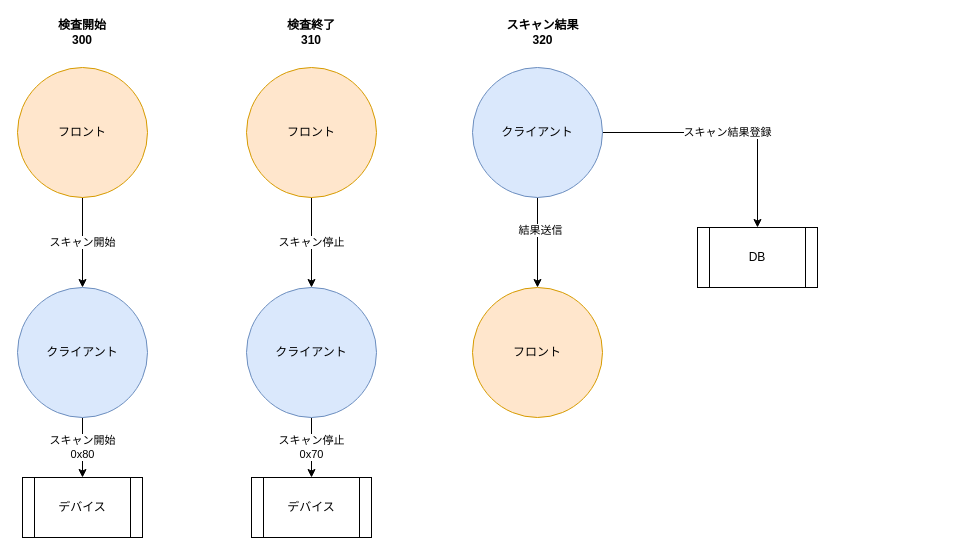
This is page "アルコール検知系" (3 of 4) of フロー図.drawio from GTech9971/AlcoholDrive, a draw.io file, before an edit. Source tidied: cells renumbered, new cells numbered last; positions are measured from the earlier drawing's top-left corner, leaving out a move shared by most shapes. Both pictures are drawn from the tidied source at 100%, with x=0, y=0 at pixel (17, 17).
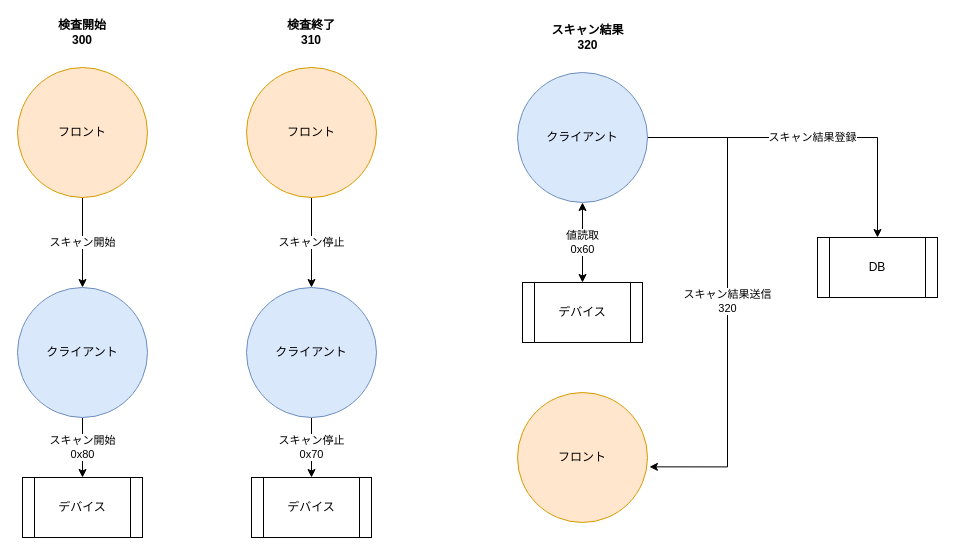
The same page after the edit.

Change to the diagram source:
```diff
@@
+    <mxCell id="9" value="スキャン結果登録" style="edgeStyle=orthogonalEdgeStyle;rounded=0;jettySize=auto;html=1;entryX=0.5;entryY=0;entryDx=0;entryDy=0;startArrow=none;startFill=0;" parent="1" edge="1" source="10" target="12">
+      <mxGeometry relative="1" as="geometry" />
+    </mxCell>
-    <mxCell id="7" style="edgeStyle=orthogonalEdgeStyle;rounded=0;jettySize=auto;html=1;startArrow=none;startFill=0;" parent="1" edge="1" source="10" target="11">
-      <mxGeometry relative="1" as="geometry" />
+    <mxCell id="7" value="スキャン結果送信&lt;br&gt;320" style="edgeStyle=orthogonalEdgeStyle;rounded=0;jettySize=auto;html=1;entryX=1.015;entryY=0.572;entryDx=0;entryDy=0;entryPerimeter=0;startArrow=none;startFill=0;" parent="1" edge="1" source="10" target="11">
+      <mxGeometry relative="1" as="geometry">
+        <Array as="points">
+          <mxPoint x="710" y="120" />
+          <mxPoint x="710" y="449" />
+        </Array>
+      </mxGeometry>
     </mxCell>
-    <mxCell id="8" value="結果送信" style="edgeLabel;html=1;align=center;verticalAlign=middle;" parent="7" vertex="1">
-      <mxGeometry x="-0.29" y="2" relative="1" as="geometry" />
-    </mxCell>
-    <mxCell id="9" value="スキャン結果登録" style="edgeStyle=orthogonalEdgeStyle;rounded=0;jettySize=auto;html=1;entryX=0.5;entryY=0;entryDx=0;entryDy=0;startArrow=none;startFill=0;" parent="1" edge="1" source="10" target="12">
-      <mxGeometry relative="1" as="geometry" />
-    </mxCell>
     <mxCell id="10" value="クライアント" style="ellipse;whiteSpace=wrap;html=1;fillColor=#dae8fc;strokeColor=#6c8ebf;" parent="1" vertex="1">
-      <mxGeometry x="455" y="50" width="130" height="130" as="geometry" />
+      <mxGeometry x="500" y="55" width="130" height="130" as="geometry" />
     </mxCell>
-    <mxCell id="11" value="フロント" style="ellipse;whiteSpace=wrap;html=1;fillColor=#ffe6cc;strokeColor=#d79b00;" parent="1" vertex="1">
-      <mxGeometry x="455" y="270" width="130" height="130" as="geometry" />
-    </mxCell>
     <mxCell id="12" value="DB" style="shape=process;whiteSpace=wrap;html=1;backgroundOutline=1;" parent="1" vertex="1">
-      <mxGeometry x="680" y="210" width="120" height="60" as="geometry" />
+      <mxGeometry x="800" y="220" width="120" height="60" as="geometry" />
     </mxCell>
     <mxCell id="13" value="スキャン結果&lt;br&gt;320" style="text;html=1;strokeColor=none;fillColor=none;align=center;verticalAlign=middle;whiteSpace=wrap;rounded=0;fontStyle=1;" parent="1" vertex="1">
-      <mxGeometry x="482.5" width="85" height="30" as="geometry" />
+      <mxGeometry x="527.5" y="5" width="85" height="30" as="geometry" />
     </mxCell>
@@
+    <mxCell id="21" value="値読取&lt;br&gt;0x60" style="edgeStyle=orthogonalEdgeStyle;rounded=0;jettySize=auto;html=1;startArrow=classic;startFill=1;exitX=0.5;exitY=1;exitDx=0;exitDy=0;" parent="1" edge="1" source="10" target="22">
+      <mxGeometry relative="1" as="geometry" />
+    </mxCell>
+    <mxCell id="22" value="デバイス" style="shape=process;whiteSpace=wrap;html=1;backgroundOutline=1;" parent="1" vertex="1">
+      <mxGeometry x="505" y="265" width="120" height="60" as="geometry" />
+    </mxCell>
+    <mxCell id="11" value="フロント" style="ellipse;whiteSpace=wrap;html=1;fillColor=#ffe6cc;strokeColor=#d79b00;" parent="1" vertex="1">
+      <mxGeometry x="500" y="375" width="130" height="130" as="geometry" />
+    </mxCell>
```
